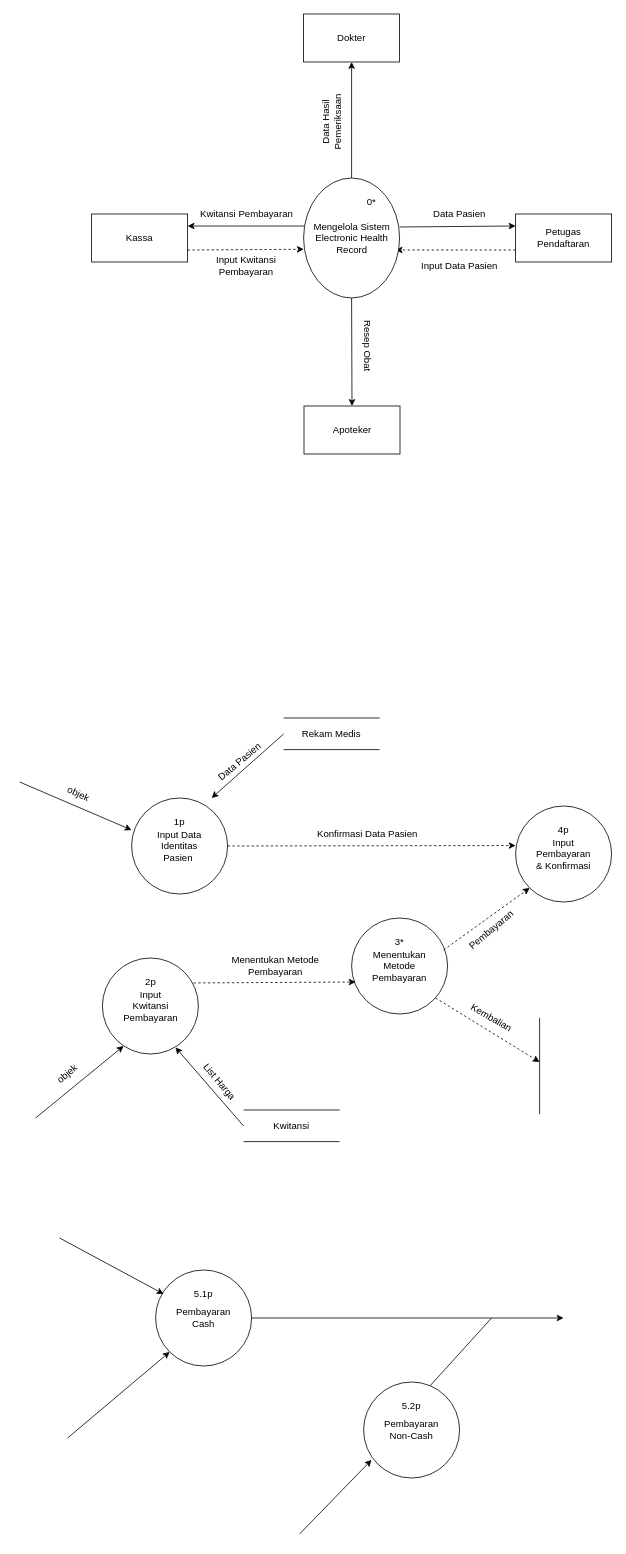
This is DFD LVL 0.drawio from Arfnvaaa/Arfnvaaa, a draw.io file, before an edit. Source tidied: cells renumbered, new cells numbered last; positions are measured from the earlier drawing's top-left corner, leaving out a move shared by most shapes. Both pictures are drawn from the tidied source at 80%, with x=0, y=0 at pixel (19, 14).
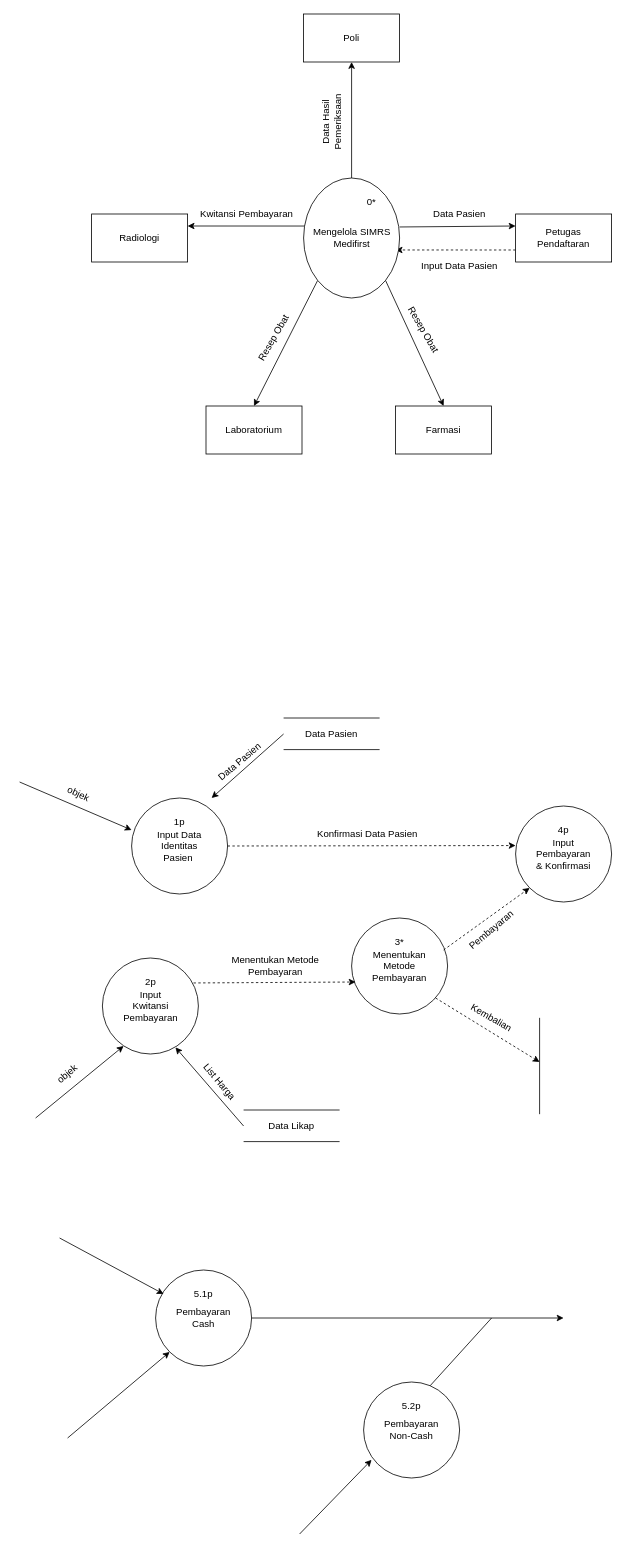
After the change.

Commit message:
Update DFD LVL 0 LVL 1.drawio

Unchanged cells that the change refers to:
```xml
<mxCell id="2" style="rounded=0;whiteSpace=wrap;html=1;" parent="1" vertex="1">
  <mxGeometry x="90" y="250" width="120" height="60" as="geometry" />
</mxCell>
<mxCell id="10" style="group;" parent="1" vertex="1">
  <mxGeometry x="353" y="205" width="125" height="150" as="geometry" />
</mxCell>
<mxCell id="11" style="ellipse;whiteSpace=wrap;html=1;rotation=90;" parent="10" vertex="1">
  <mxGeometry x="-13" y="15" width="150" height="120" as="geometry" />
</mxCell>
<mxCell id="15" style="group;" parent="1" vertex="1">
  <mxGeometry x="355" width="120" height="60" as="geometry" />
</mxCell>
<mxCell id="22" style="rounded=0;whiteSpace=wrap;html=1;" parent="21" vertex="1">
  <mxGeometry width="120" height="60" as="geometry" />
</mxCell>
<mxCell id="34" style="group;" parent="1" vertex="1">
  <mxGeometry x="330" y="880" width="120" height="39.5" as="geometry" />
</mxCell>
<mxCell id="38" style="group;" parent="1" vertex="1">
  <mxGeometry x="280" y="1370" width="120" height="39.5" as="geometry" />
</mxCell>
```

Change to the diagram source:
```diff
@@
-    <mxCell id="3" value="Kassa" style="text;html=1;whiteSpace=wrap;strokeColor=none;fillColor=none;align=center;verticalAlign=middle;rounded=0;" parent="1" vertex="1">
+    <mxCell id="3" value="Radiologi" style="text;html=1;whiteSpace=wrap;strokeColor=none;fillColor=none;align=center;verticalAlign=middle;rounded=0;" parent="1" vertex="1">
       <mxGeometry x="120" y="265" width="60" height="30" as="geometry" />
     </mxCell>
@@
-    <mxCell id="5" style="endArrow=classic;html=1;rounded=0;exitX=1;exitY=0.75;exitDx=0;exitDy=0;dashed=1;entryX=0.018;entryY=0.666;entryDx=0;entryDy=0;entryPerimeter=0;" parent="1" edge="1" source="2" target="12">
-      <mxGeometry relative="1" as="geometry" />
-    </mxCell>
@@
-    <mxCell id="9" style="endArrow=classic;html=1;rounded=0;exitX=1;exitY=0.5;exitDx=0;exitDy=0;entryX=0.5;entryY=0;entryDx=0;entryDy=0;" parent="1" edge="1" source="11" target="22">
+    <mxCell id="9" style="endArrow=classic;html=1;rounded=0;exitX=1;exitY=1;exitDx=0;exitDy=0;entryX=0.5;entryY=0;entryDx=0;entryDy=0;" parent="1" edge="1" source="11" target="22">
       <mxGeometry relative="1" as="geometry" />
     </mxCell>
@@
-    <mxCell id="12" value="Mengelola Sistem Electronic Health Record" style="text;html=1;whiteSpace=wrap;strokeColor=none;fillColor=none;align=center;verticalAlign=middle;rounded=0;" parent="10" vertex="1">
+    <mxCell id="12" value="Mengelola SIMRS Medifirst" style="text;html=1;whiteSpace=wrap;strokeColor=none;fillColor=none;align=center;verticalAlign=middle;rounded=0;" parent="10" vertex="1">
       <mxGeometry y="32.5" width="125" height="85" as="geometry" />
     </mxCell>
@@
-    <mxCell id="17" value="Dokter" style="text;html=1;whiteSpace=wrap;strokeColor=none;fillColor=none;align=center;verticalAlign=middle;rounded=0;" parent="15" vertex="1">
+    <mxCell id="17" value="Poli" style="text;html=1;whiteSpace=wrap;strokeColor=none;fillColor=none;align=center;verticalAlign=middle;rounded=0;" parent="15" vertex="1">
       <mxGeometry x="30" y="15" width="60" height="30" as="geometry" />
     </mxCell>
@@
     <mxCell id="21" style="group;" parent="1" vertex="1">
-      <mxGeometry x="355.5" y="490" width="120" height="60" as="geometry" />
+      <mxGeometry x="233" y="490" width="120" height="60" as="geometry" />
     </mxCell>
@@
-    <mxCell id="23" value="Apoteker" style="text;html=1;whiteSpace=wrap;strokeColor=none;fillColor=none;align=center;verticalAlign=middle;rounded=0;" parent="21" vertex="1">
+    <mxCell id="23" value="Laboratorium" style="text;html=1;whiteSpace=wrap;strokeColor=none;fillColor=none;align=center;verticalAlign=middle;rounded=0;" parent="21" vertex="1">
       <mxGeometry x="30" y="15" width="60" height="30" as="geometry" />
     </mxCell>
@@
-    <mxCell id="29" value="Resep Obat" style="text;html=1;whiteSpace=wrap;strokeColor=none;fillColor=none;align=center;verticalAlign=middle;rounded=0;rotation=90;" parent="1" vertex="1">
-      <mxGeometry x="400" y="400" width="70" height="30" as="geometry" />
+    <mxCell id="29" value="Resep Obat" style="text;html=1;whiteSpace=wrap;strokeColor=none;fillColor=none;align=center;verticalAlign=middle;rounded=0;rotation=-60;" parent="1" vertex="1">
+      <mxGeometry x="283" y="390" width="70" height="30" as="geometry" />
     </mxCell>
@@
-    <mxCell id="31" value="Input Kwitansi Pembayaran" style="text;html=1;whiteSpace=wrap;strokeColor=none;fillColor=none;align=center;verticalAlign=middle;rounded=0;rotation=0;" parent="1" vertex="1">
-      <mxGeometry x="210" y="300" width="147" height="30" as="geometry" />
-    </mxCell>
@@
-    <mxCell id="37" value="Rekam Medis" style="text;html=1;whiteSpace=wrap;strokeColor=none;fillColor=none;align=center;verticalAlign=middle;rounded=0;" parent="34" vertex="1">
+    <mxCell id="37" value="Data Pasien" style="text;html=1;whiteSpace=wrap;strokeColor=none;fillColor=none;align=center;verticalAlign=middle;rounded=0;" parent="34" vertex="1">
       <mxGeometry x="20" y="4.8" width="80" height="30" as="geometry" />
     </mxCell>
@@
-    <mxCell id="41" value="Kwitansi" style="text;html=1;whiteSpace=wrap;strokeColor=none;fillColor=none;align=center;verticalAlign=middle;rounded=0;" parent="38" vertex="1">
+    <mxCell id="41" value="Data Likap" style="text;html=1;whiteSpace=wrap;strokeColor=none;fillColor=none;align=center;verticalAlign=middle;rounded=0;" parent="38" vertex="1">
       <mxGeometry x="30" y="4.8" width="60" height="30" as="geometry" />
     </mxCell>
@@
+    <mxCell id="84" style="group;" parent="1" vertex="1">
+      <mxGeometry x="470" y="490" width="120" height="60" as="geometry" />
+    </mxCell>
+    <mxCell id="85" style="rounded=0;whiteSpace=wrap;html=1;" parent="84" vertex="1">
+      <mxGeometry width="120" height="60" as="geometry" />
+    </mxCell>
+    <mxCell id="86" value="Farmasi" style="text;html=1;whiteSpace=wrap;strokeColor=none;fillColor=none;align=center;verticalAlign=middle;rounded=0;" parent="84" vertex="1">
+      <mxGeometry x="30" y="15" width="60" height="30" as="geometry" />
+    </mxCell>
+    <mxCell id="87" style="endArrow=classic;html=1;rounded=0;exitX=1;exitY=0;exitDx=0;exitDy=0;entryX=0.5;entryY=0;entryDx=0;entryDy=0;" parent="1" edge="1" source="11" target="85">
+      <mxGeometry relative="1" as="geometry" />
+    </mxCell>
+    <mxCell id="88" value="Resep Obat" style="text;html=1;whiteSpace=wrap;strokeColor=none;fillColor=none;align=center;verticalAlign=middle;rounded=0;rotation=60;" parent="1" vertex="1">
+      <mxGeometry x="470" y="380" width="70" height="30" as="geometry" />
+    </mxCell>
```
